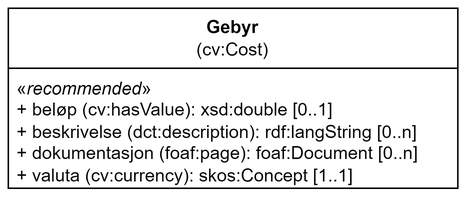
Before: docs/images/Klassen-Gebyr.png, a diagram exported from draw.io (Informasjonsforvaltning/dcat-ap-no). Source tidied: cells renumbered, new cells last; positions are measured from the earlier drawing's top-left corner, leaving out a move shared by most shapes.
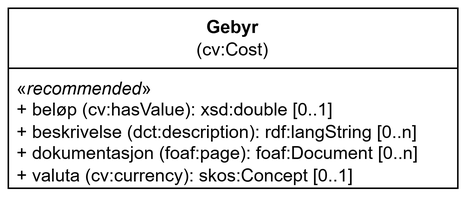
After the change.

Change to the diagram source:
```diff
@@ -5,7 +5,7 @@
     <mxCell id="2" value="&lt;b style=&quot;border-color: var(--border-color);&quot;&gt;Gebyr&lt;/b&gt;&lt;br style=&quot;border-color: var(--border-color);&quot;&gt;(cv:Cost)" style="swimlane;fontStyle=0;horizontal=1;startSize=40;fillColor=none;whiteSpace=wrap;html=1;" parent="1" vertex="1">
       <mxGeometry width="300" height="120" as="geometry" />
     </mxCell>
-    <mxCell id="3" value="&lt;div&gt;«&lt;i style=&quot;&quot;&gt;recommended&lt;/i&gt;»&lt;div&gt;&lt;span style=&quot;background-color: initial;&quot;&gt;+&amp;nbsp;beløp (cv:hasValue): xsd:double&amp;nbsp;[0..1]&lt;/span&gt;&lt;br&gt;&lt;/div&gt;&lt;/div&gt;&lt;div&gt;&lt;div&gt;+&amp;nbsp;beskrivelse (dct:description): rdf:langString [0..n]&lt;/div&gt;&lt;div&gt;&lt;/div&gt;&lt;div&gt;+ dokumentasjon (foaf:page): foaf:Document [0..n]&lt;/div&gt;&lt;div&gt;+&amp;nbsp;valuta (cv:currency): skos:Concept&amp;nbsp;[1..1]&lt;br&gt;&lt;/div&gt;&lt;div&gt;&lt;br&gt;&lt;/div&gt;&lt;/div&gt;" style="text;strokeColor=none;fillColor=none;align=left;verticalAlign=top;spacingLeft=4;spacingRight=4;overflow=hidden;whiteSpace=wrap;html=1;" parent="2" vertex="1">
+    <mxCell id="3" value="&lt;div&gt;«&lt;i style=&quot;&quot;&gt;recommended&lt;/i&gt;»&lt;div&gt;&lt;span style=&quot;background-color: initial;&quot;&gt;+&amp;nbsp;beløp (cv:hasValue): xsd:double&amp;nbsp;[0..1]&lt;/span&gt;&lt;br&gt;&lt;/div&gt;&lt;/div&gt;&lt;div&gt;&lt;div&gt;+&amp;nbsp;beskrivelse (dct:description): rdf:langString [0..n]&lt;/div&gt;&lt;div&gt;&lt;/div&gt;&lt;div&gt;+ dokumentasjon (foaf:page): foaf:Document [0..n]&lt;/div&gt;&lt;div&gt;+&amp;nbsp;valuta (cv:currency): skos:Concept&amp;nbsp;[0..1]&lt;br&gt;&lt;/div&gt;&lt;div&gt;&lt;br&gt;&lt;/div&gt;&lt;/div&gt;" style="text;strokeColor=none;fillColor=none;align=left;verticalAlign=top;spacingLeft=4;spacingRight=4;overflow=hidden;whiteSpace=wrap;html=1;" parent="2" vertex="1">
       <mxGeometry y="40" width="300" height="80" as="geometry" />
     </mxCell>
   </root>
```
